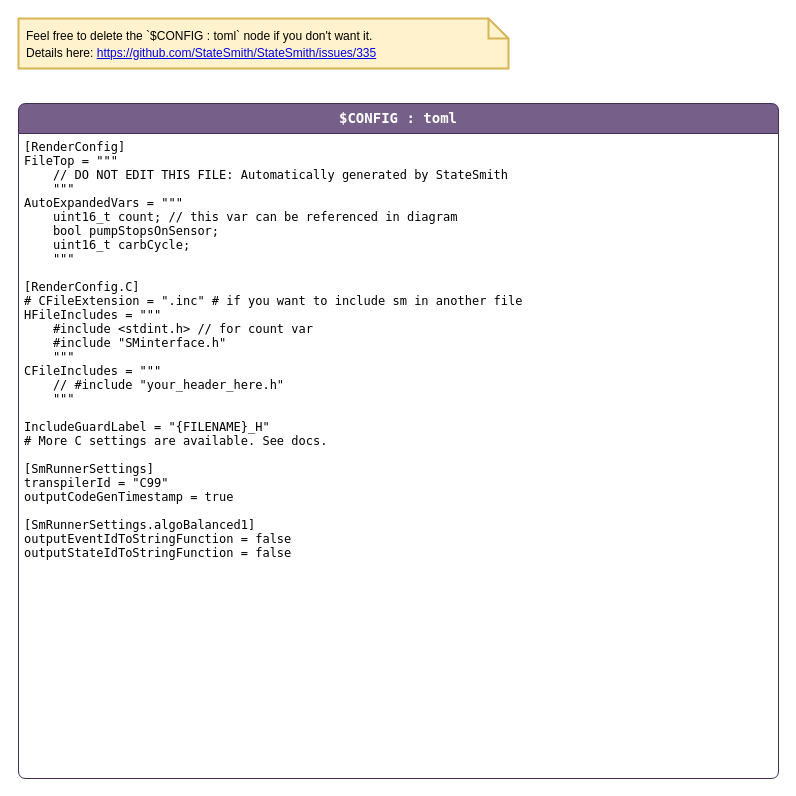
Earlier version of the draw.io diagram page "config" (2 of 3) of Core/StateMachine/SMSodaStreamPure.drawio (Joe10CS/Pure). Source tidied: cells renumbered, new cells numbered last; positions are measured from the earlier drawing's top-left corner, leaving out a move shared by most shapes. Both pictures are drawn from the tidied source at 100%, with x=0, y=0 at pixel (18, 18).
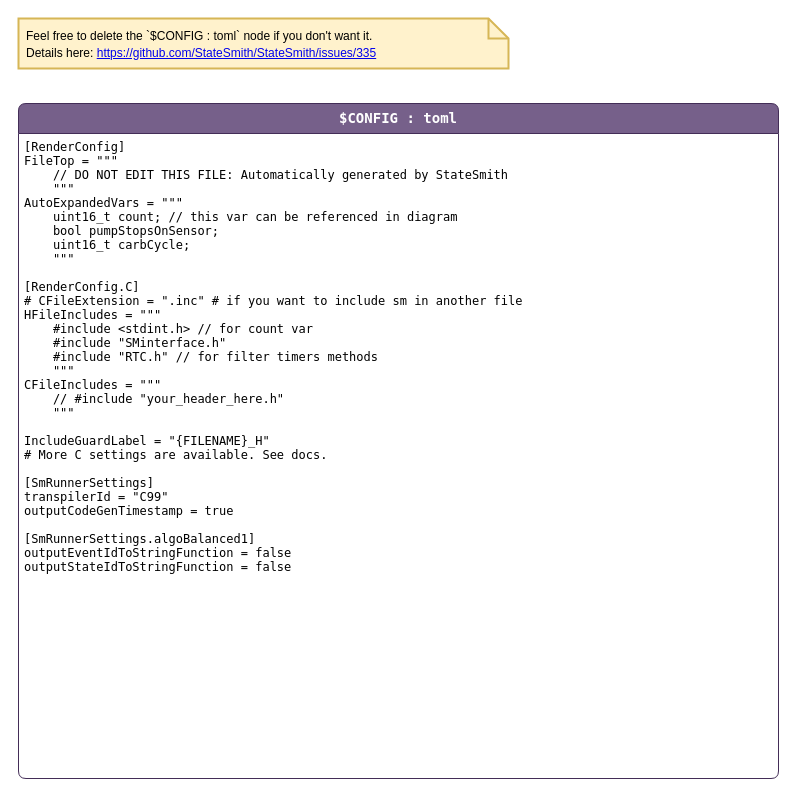
Above is the later version.

Change to the diagram source:
```diff
@@
 <mxGraphModel>
   <root>
     <mxCell id="0" />
     <mxCell id="1" parent="0" />
     <mxCell id="2" value="$CONFIG : toml" style="shape=swimlane;align=center;verticalAlign=top;fontFamily=Lucida Console;startSize=30;fontSize=14;fontStyle=1;swimlaneFillColor=default;rounded=1;arcSize=15;absoluteArcSize=1;fillColor=#76608a;strokeColor=#432D57;fontColor=#ffffff;" parent="1" vertex="1">
       <mxGeometry y="85" width="760" height="675" as="geometry" />
     </mxCell>
-    <mxCell id="3" value="[RenderConfig]&#10;FileTop = &quot;&quot;&quot;&#10;    // DO NOT EDIT THIS FILE: Automatically generated by StateSmith&#10;    &quot;&quot;&quot;&#10;AutoExpandedVars = &quot;&quot;&quot;&#10;    uint16_t count; // this var can be referenced in diagram&#10;    bool pumpStopsOnSensor;&#10;    uint16_t carbCycle;&#10;    &quot;&quot;&quot;&#10;&#10;[RenderConfig.C]&#10;# CFileExtension = &quot;.inc&quot; # if you want to include sm in another file&#10;HFileIncludes = &quot;&quot;&quot;&#10;    #include &lt;stdint.h&gt; // for count var&#10;    #include &quot;SMinterface.h&quot;&#10;    &quot;&quot;&quot;&#10;CFileIncludes = &quot;&quot;&quot;&#10;    // #include &quot;your_header_here.h&quot;&#10;    &quot;&quot;&quot;&#10;&#10;IncludeGuardLabel = &quot;{FILENAME}_H&quot;&#10;# More C settings are available. See docs.&#10;&#10;[SmRunnerSettings]&#10;transpilerId = &quot;C99&quot;&#10;outputCodeGenTimestamp = true&#10;&#10;[SmRunnerSettings.algoBalanced1]&#10;outputEventIdToStringFunction = false&#10;outputStateIdToStringFunction = false&#10;" style="fontFamily=Lucida Console;align=left;verticalAlign=top;fillColor=none;gradientColor=none;strokeColor=none;rounded=0;spacingLeft=4;" parent="2" vertex="1">
-      <mxGeometry y="30" width="520" height="450" as="geometry" />
+    <mxCell id="3" value="[RenderConfig]&#10;FileTop = &quot;&quot;&quot;&#10;    // DO NOT EDIT THIS FILE: Automatically generated by StateSmith&#10;    &quot;&quot;&quot;&#10;AutoExpandedVars = &quot;&quot;&quot;&#10;    uint16_t count; // this var can be referenced in diagram&#10;    bool pumpStopsOnSensor;&#10;    uint16_t carbCycle;&#10;    &quot;&quot;&quot;&#10;&#10;[RenderConfig.C]&#10;# CFileExtension = &quot;.inc&quot; # if you want to include sm in another file&#10;HFileIncludes = &quot;&quot;&quot;&#10;    #include &lt;stdint.h&gt; // for count var&#10;    #include &quot;SMinterface.h&quot;&#10;    #include &quot;RTC.h&quot; // for filter timers methods&#10;    &quot;&quot;&quot;&#10;CFileIncludes = &quot;&quot;&quot;&#10;    // #include &quot;your_header_here.h&quot;&#10;    &quot;&quot;&quot;&#10;&#10;IncludeGuardLabel = &quot;{FILENAME}_H&quot;&#10;# More C settings are available. See docs.&#10;&#10;[SmRunnerSettings]&#10;transpilerId = &quot;C99&quot;&#10;outputCodeGenTimestamp = true&#10;&#10;[SmRunnerSettings.algoBalanced1]&#10;outputEventIdToStringFunction = false&#10;outputStateIdToStringFunction = false&#10;" style="fontFamily=Lucida Console;align=left;verticalAlign=top;fillColor=none;gradientColor=none;strokeColor=none;rounded=0;spacingLeft=4;" parent="2" vertex="1">
+      <mxGeometry y="30" width="520" height="460" as="geometry" />
     </mxCell>
     <mxCell id="4" value="&lt;span style=&quot;color: rgb(0, 0, 0); font-size: 12px;&quot;&gt;Feel free to delete the `$CONFIG : toml` node if you don't want it.&lt;/span&gt;&lt;br style=&quot;color: rgb(0, 0, 0); font-size: 12px;&quot;&gt;&lt;span style=&quot;color: rgb(0, 0, 0); font-size: 12px;&quot;&gt;Details here:&amp;nbsp;&lt;/span&gt;&lt;a style=&quot;font-size: 12px;&quot; href=&quot;https://github.com/StateSmith/StateSmith/issues/335&quot;&gt;https://github.com/StateSmith/StateSmith/issues/335&lt;/a&gt;" style="shape=note;strokeWidth=2;fontSize=14;size=20;whiteSpace=wrap;html=1;fillColor=#fff2cc;strokeColor=#d6b656;fontColor=#2B2B00;align=left;spacingLeft=6;" parent="1" vertex="1">
       <mxGeometry width="490" height="50" as="geometry" />
     </mxCell>
   </root>
 </mxGraphModel>
```
